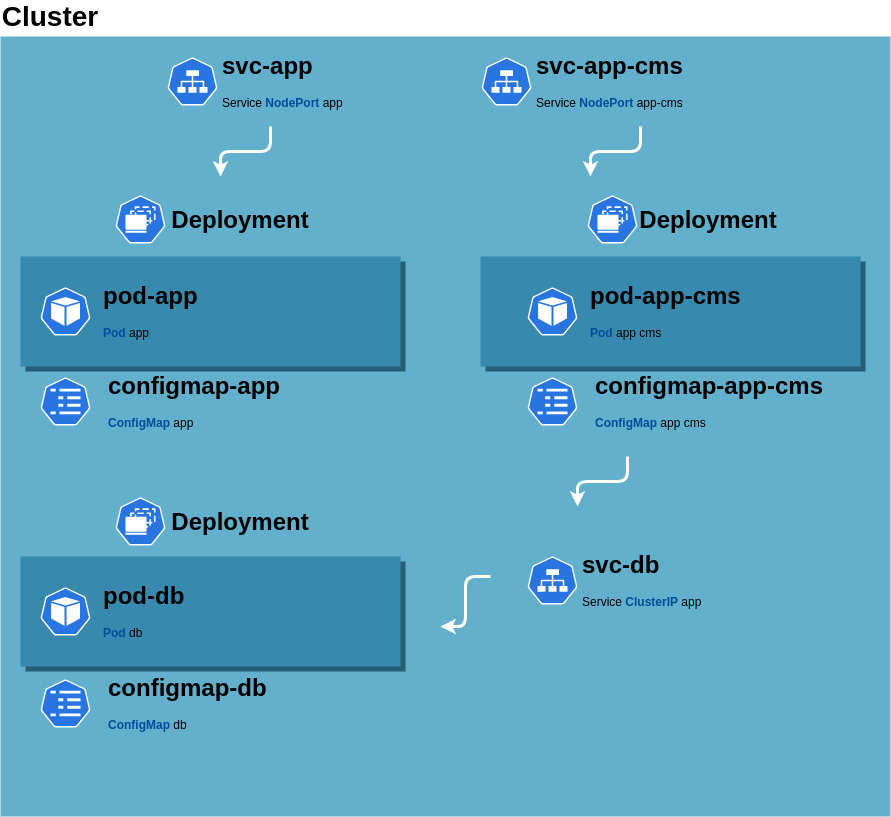
Earlier version of the draw.io export docs/assets/k8s-estrutura.png (tiagoamemiya/k8s-simple-schema). Source tidied: cells renumbered, new cells last; positions are measured from the earlier drawing's top-left corner, leaving out a move shared by most shapes. The source it was exported from:
```xml
<mxGraphModel>
  <root>
    <mxCell id="0" />
    <mxCell id="1" parent="0" />
    <mxCell id="2" style="rounded=0;whiteSpace=wrap;html=1;glass=0;sketch=0;strokeWidth=1;strokeColor=none;fillColor=#62B0CC;" parent="1" vertex="1">
      <mxGeometry y="30" width="890" height="780" as="geometry" />
    </mxCell>
    <mxCell id="3" style="group;" parent="1" vertex="1">
      <mxGeometry x="480" y="250" width="385" height="115" as="geometry" />
    </mxCell>
    <mxCell id="4" style="rounded=0;whiteSpace=wrap;html=1;glass=0;sketch=0;strokeWidth=1;fillColor=#255E75;strokeColor=none;" parent="3" vertex="1">
      <mxGeometry x="5" y="5" width="380" height="110" as="geometry" />
    </mxCell>
    <mxCell id="5" style="rounded=0;whiteSpace=wrap;html=1;glass=0;sketch=0;strokeWidth=1;fillColor=#378AAD;strokeColor=none;" parent="3" vertex="1">
      <mxGeometry width="380" height="110" as="geometry" />
    </mxCell>
    <mxCell id="6" style="group;" parent="1" vertex="1">
      <mxGeometry x="20" y="550" width="385" height="115" as="geometry" />
    </mxCell>
    <mxCell id="7" style="rounded=0;whiteSpace=wrap;html=1;glass=0;sketch=0;strokeWidth=1;fillColor=#255E75;strokeColor=none;" parent="6" vertex="1">
      <mxGeometry x="5" y="5" width="380" height="110" as="geometry" />
    </mxCell>
    <mxCell id="8" style="rounded=0;whiteSpace=wrap;html=1;glass=0;sketch=0;strokeWidth=1;fillColor=#378AAD;strokeColor=none;" parent="6" vertex="1">
      <mxGeometry width="380" height="110" as="geometry" />
    </mxCell>
    <mxCell id="9" style="group;" parent="1" vertex="1">
      <mxGeometry x="20" y="250" width="385" height="115" as="geometry" />
    </mxCell>
    <mxCell id="10" style="rounded=0;whiteSpace=wrap;html=1;glass=0;sketch=0;strokeWidth=1;fillColor=#255E75;strokeColor=none;" parent="9" vertex="1">
      <mxGeometry x="5" y="5" width="380" height="110" as="geometry" />
    </mxCell>
    <mxCell id="11" style="rounded=0;whiteSpace=wrap;html=1;glass=0;sketch=0;strokeWidth=1;fillColor=#378AAD;strokeColor=none;" parent="9" vertex="1">
      <mxGeometry width="380" height="110" as="geometry" />
    </mxCell>
    <mxCell id="12" style="html=1;dashed=0;whitespace=wrap;fillColor=#2875E2;strokeColor=#ffffff;shape=mxgraph.kubernetes.icon;prIcon=svc;rounded=1;glass=0;sketch=0;" parent="1" vertex="1">
      <mxGeometry x="167" y="51" width="50" height="48" as="geometry" />
    </mxCell>
    <mxCell id="13" value="&lt;h1&gt;svc-app&lt;/h1&gt;&lt;p&gt;Service &lt;b&gt;&lt;font color=&quot;#004c99&quot;&gt;NodePort&lt;/font&gt;&lt;/b&gt; app&lt;/p&gt;" style="text;html=1;strokeColor=none;fillColor=none;spacing=5;spacingTop=-20;whiteSpace=wrap;overflow=hidden;rounded=0;glass=0;dashed=1;sketch=0;" parent="1" vertex="1">
      <mxGeometry x="217" y="40" width="190" height="70" as="geometry" />
    </mxCell>
    <mxCell id="14" style="html=1;dashed=0;whitespace=wrap;fillColor=#2875E2;strokeColor=#ffffff;shape=mxgraph.kubernetes.icon;prIcon=svc;rounded=1;glass=0;sketch=0;" parent="1" vertex="1">
      <mxGeometry x="481" y="51" width="50" height="48" as="geometry" />
    </mxCell>
    <mxCell id="15" value="&lt;h1&gt;svc-app-cms&lt;/h1&gt;&lt;p&gt;Service &lt;b&gt;&lt;font color=&quot;#004c99&quot;&gt;NodePort&lt;/font&gt;&lt;/b&gt; app-cms&lt;/p&gt;" style="text;html=1;strokeColor=none;fillColor=none;spacing=5;spacingTop=-20;whiteSpace=wrap;overflow=hidden;rounded=0;glass=0;dashed=1;sketch=0;" parent="1" vertex="1">
      <mxGeometry x="531" y="40" width="190" height="70" as="geometry" />
    </mxCell>
    <mxCell id="16" style="html=1;dashed=0;whitespace=wrap;fillColor=#2875E2;strokeColor=#ffffff;shape=mxgraph.kubernetes.icon;prIcon=pod;rounded=1;glass=0;sketch=0;" parent="1" vertex="1">
      <mxGeometry x="40" y="281" width="50" height="48" as="geometry" />
    </mxCell>
    <mxCell id="17" value="&lt;h1&gt;pod-app&lt;/h1&gt;&lt;p&gt;&lt;b&gt;&lt;font color=&quot;#004c99&quot;&gt;Pod&lt;/font&gt;&lt;/b&gt; app&lt;/p&gt;" style="text;html=1;strokeColor=none;fillColor=none;spacing=5;spacingTop=-20;whiteSpace=wrap;overflow=hidden;rounded=0;glass=0;dashed=1;sketch=0;" parent="1" vertex="1">
      <mxGeometry x="98" y="270" width="190" height="70" as="geometry" />
    </mxCell>
    <mxCell id="18" style="html=1;dashed=0;whitespace=wrap;fillColor=#2875E2;strokeColor=#ffffff;shape=mxgraph.kubernetes.icon;prIcon=pod;rounded=1;glass=0;sketch=0;" parent="1" vertex="1">
      <mxGeometry x="527" y="281" width="50" height="48" as="geometry" />
    </mxCell>
    <mxCell id="19" value="&lt;h1&gt;pod-app-cms&lt;/h1&gt;&lt;p&gt;&lt;b&gt;&lt;font color=&quot;#004c99&quot;&gt;Pod&lt;/font&gt;&lt;/b&gt; app cms&lt;/p&gt;&lt;p&gt;&lt;br&gt;&lt;/p&gt;" style="text;html=1;strokeColor=none;fillColor=none;spacing=5;spacingTop=-20;whiteSpace=wrap;overflow=hidden;rounded=0;glass=0;dashed=1;sketch=0;" parent="1" vertex="1">
      <mxGeometry x="585" y="270" width="190" height="70" as="geometry" />
    </mxCell>
    <mxCell id="20" style="html=1;dashed=0;whitespace=wrap;fillColor=#2875E2;strokeColor=#ffffff;shape=mxgraph.kubernetes.icon;prIcon=cm;rounded=1;glass=0;sketch=0;" parent="1" vertex="1">
      <mxGeometry x="40" y="371" width="50" height="48" as="geometry" />
    </mxCell>
    <mxCell id="21" style="html=1;dashed=0;whitespace=wrap;fillColor=#2875E2;strokeColor=#ffffff;shape=mxgraph.kubernetes.icon;prIcon=svc;rounded=1;glass=0;sketch=0;" parent="1" vertex="1">
      <mxGeometry x="527" y="550" width="50" height="48" as="geometry" />
    </mxCell>
    <mxCell id="22" value="&lt;h1&gt;svc-db&lt;/h1&gt;&lt;p&gt;Service &lt;b&gt;&lt;font color=&quot;#004c99&quot;&gt;ClusterIP&lt;/font&gt;&lt;/b&gt; app&lt;/p&gt;" style="text;html=1;strokeColor=none;fillColor=none;spacing=5;spacingTop=-20;whiteSpace=wrap;overflow=hidden;rounded=0;glass=0;dashed=1;sketch=0;" parent="1" vertex="1">
      <mxGeometry x="577" y="539" width="190" height="70" as="geometry" />
    </mxCell>
    <mxCell id="23" value="&lt;h1&gt;configmap-app&lt;/h1&gt;&lt;p&gt;&lt;b&gt;&lt;font color=&quot;#004c99&quot;&gt;ConfigMap&lt;/font&gt;&lt;/b&gt;&amp;nbsp;app&lt;/p&gt;" style="text;html=1;strokeColor=none;fillColor=none;spacing=5;spacingTop=-20;whiteSpace=wrap;overflow=hidden;rounded=0;glass=0;dashed=1;sketch=0;" parent="1" vertex="1">
      <mxGeometry x="103" y="360" width="190" height="70" as="geometry" />
    </mxCell>
    <mxCell id="24" style="html=1;dashed=0;whitespace=wrap;fillColor=#2875E2;strokeColor=#ffffff;shape=mxgraph.kubernetes.icon;prIcon=cm;rounded=1;glass=0;sketch=0;" parent="1" vertex="1">
      <mxGeometry x="40" y="673" width="50" height="48" as="geometry" />
    </mxCell>
    <mxCell id="25" value="&lt;h1&gt;configmap-db&lt;/h1&gt;&lt;p&gt;&lt;b&gt;&lt;font color=&quot;#004c99&quot;&gt;ConfigMap&lt;/font&gt;&lt;/b&gt;&amp;nbsp;db&lt;/p&gt;" style="text;html=1;strokeColor=none;fillColor=none;spacing=5;spacingTop=-20;whiteSpace=wrap;overflow=hidden;rounded=0;glass=0;dashed=1;sketch=0;" parent="1" vertex="1">
      <mxGeometry x="103" y="662" width="190" height="70" as="geometry" />
    </mxCell>
    <mxCell id="26" style="html=1;dashed=0;whitespace=wrap;fillColor=#2875E2;strokeColor=#ffffff;shape=mxgraph.kubernetes.icon;prIcon=cm;rounded=1;glass=0;sketch=0;" parent="1" vertex="1">
      <mxGeometry x="527" y="371" width="50" height="48" as="geometry" />
    </mxCell>
    <mxCell id="27" value="&lt;h1&gt;configmap-app-cms&lt;/h1&gt;&lt;p&gt;&lt;b&gt;&lt;font color=&quot;#004c99&quot;&gt;ConfigMap&lt;/font&gt;&lt;/b&gt;&amp;nbsp;app cms&lt;/p&gt;" style="text;html=1;strokeColor=none;fillColor=none;spacing=5;spacingTop=-20;whiteSpace=wrap;overflow=hidden;rounded=0;glass=0;dashed=1;sketch=0;" parent="1" vertex="1">
      <mxGeometry x="590" y="360" width="257" height="70" as="geometry" />
    </mxCell>
    <mxCell id="28" style="html=1;dashed=0;whitespace=wrap;fillColor=#2875E2;strokeColor=#ffffff;shape=mxgraph.kubernetes.icon;prIcon=pod;rounded=1;glass=0;sketch=0;" parent="1" vertex="1">
      <mxGeometry x="40" y="581" width="50" height="48" as="geometry" />
    </mxCell>
    <mxCell id="29" value="&lt;h1&gt;pod-db&lt;/h1&gt;&lt;p&gt;&lt;b&gt;&lt;font color=&quot;#004c99&quot;&gt;Pod&lt;/font&gt;&lt;/b&gt; db&lt;/p&gt;" style="text;html=1;strokeColor=none;fillColor=none;spacing=5;spacingTop=-20;whiteSpace=wrap;overflow=hidden;rounded=0;glass=0;dashed=1;sketch=0;" parent="1" vertex="1">
      <mxGeometry x="98" y="570" width="190" height="70" as="geometry" />
    </mxCell>
    <mxCell id="30" value="&lt;b&gt;&lt;font style=&quot;font-size: 28px&quot;&gt;Cluster&lt;/font&gt;&lt;/b&gt;" style="text;html=1;strokeColor=none;fillColor=none;align=center;verticalAlign=middle;whiteSpace=wrap;rounded=0;glass=0;sketch=0;" parent="1" vertex="1">
      <mxGeometry x="30" width="40" height="20" as="geometry" />
    </mxCell>
    <mxCell id="31" value="Deployment" style="text;html=1;strokeColor=none;fillColor=none;align=center;verticalAlign=middle;whiteSpace=wrap;rounded=0;fontStyle=1;fontSize=24;" parent="1" vertex="1">
      <mxGeometry x="175" y="203" width="130" height="20" as="geometry" />
    </mxCell>
    <mxCell id="32" value="Deployment" style="text;html=1;strokeColor=none;fillColor=none;align=center;verticalAlign=middle;whiteSpace=wrap;rounded=0;fontStyle=1;fontSize=24;" parent="1" vertex="1">
      <mxGeometry x="643" y="203" width="130" height="20" as="geometry" />
    </mxCell>
    <mxCell id="33" style="html=1;dashed=0;whitespace=wrap;fillColor=#2875E2;strokeColor=#ffffff;shape=mxgraph.kubernetes.icon;prIcon=ds;rounded=0;fontSize=24;" parent="1" vertex="1">
      <mxGeometry x="115" y="189" width="50" height="48" as="geometry" />
    </mxCell>
    <mxCell id="34" style="html=1;dashed=0;whitespace=wrap;fillColor=#2875E2;strokeColor=#ffffff;shape=mxgraph.kubernetes.icon;prIcon=ds;rounded=0;fontSize=24;" parent="1" vertex="1">
      <mxGeometry x="587" y="189" width="50" height="48" as="geometry" />
    </mxCell>
    <mxCell id="35" value="Deployment" style="text;html=1;strokeColor=none;fillColor=none;align=center;verticalAlign=middle;whiteSpace=wrap;rounded=0;fontStyle=1;fontSize=24;" parent="1" vertex="1">
      <mxGeometry x="175" y="505" width="130" height="20" as="geometry" />
    </mxCell>
    <mxCell id="36" style="html=1;dashed=0;whitespace=wrap;fillColor=#2875E2;strokeColor=#ffffff;shape=mxgraph.kubernetes.icon;prIcon=ds;rounded=0;fontSize=24;" parent="1" vertex="1">
      <mxGeometry x="115" y="491" width="50" height="48" as="geometry" />
    </mxCell>
    <mxCell id="37" style="edgeStyle=elbowEdgeStyle;elbow=vertical;endArrow=classic;html=1;fontSize=24;strokeWidth=3;strokeColor=#FFFFFF;" parent="1" edge="1">
      <mxGeometry relative="1" as="geometry">
        <mxPoint x="270" y="120" as="sourcePoint" />
        <mxPoint x="220" y="170" as="targetPoint" />
      </mxGeometry>
    </mxCell>
    <mxCell id="38" style="edgeStyle=elbowEdgeStyle;elbow=vertical;endArrow=classic;html=1;fontSize=24;strokeWidth=3;strokeColor=#FFFFFF;" parent="1" edge="1">
      <mxGeometry relative="1" as="geometry">
        <mxPoint x="640" y="120" as="sourcePoint" />
        <mxPoint x="590" y="170" as="targetPoint" />
      </mxGeometry>
    </mxCell>
    <mxCell id="39" style="edgeStyle=elbowEdgeStyle;elbow=vertical;endArrow=classic;html=1;fontSize=24;strokeWidth=3;strokeColor=#FFFFFF;" parent="1" edge="1">
      <mxGeometry relative="1" as="geometry">
        <mxPoint x="627" y="450" as="sourcePoint" />
        <mxPoint x="577" y="500" as="targetPoint" />
      </mxGeometry>
    </mxCell>
    <mxCell id="40" style="edgeStyle=elbowEdgeStyle;elbow=horizontal;endArrow=classic;html=1;strokeColor=#FFFFFF;strokeWidth=3;fontSize=24;" parent="1" edge="1">
      <mxGeometry relative="1" as="geometry">
        <mxPoint x="490" y="570" as="sourcePoint" />
        <mxPoint x="440" y="620" as="targetPoint" />
      </mxGeometry>
    </mxCell>
  </root>
</mxGraphModel>
```
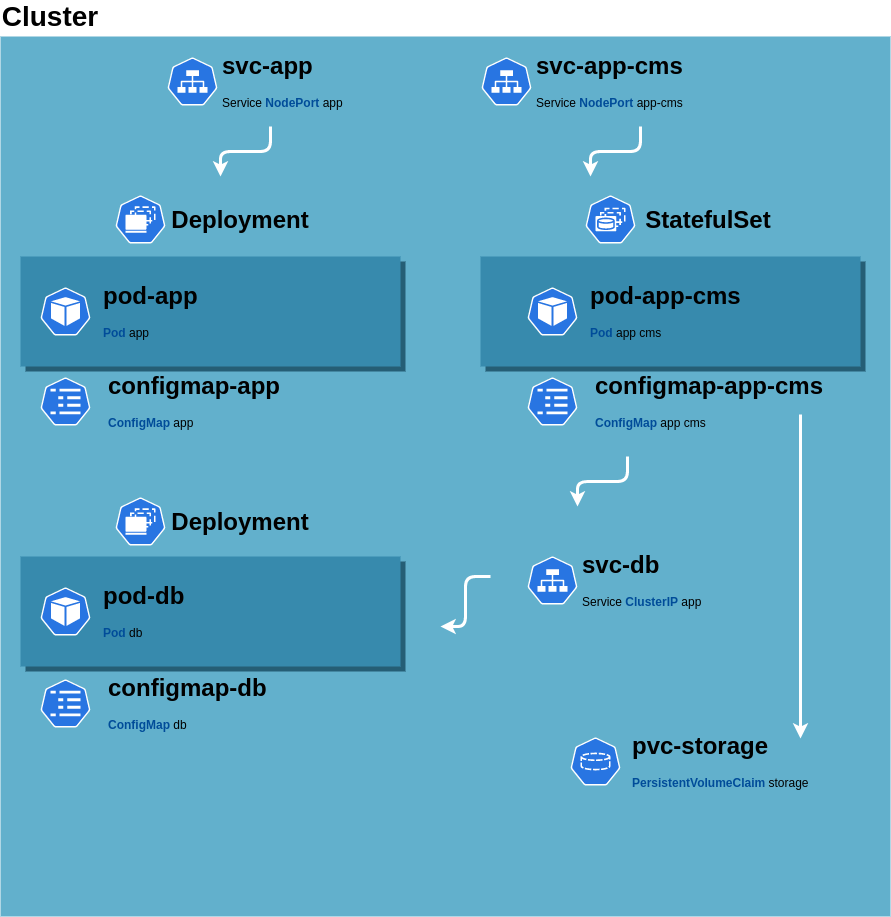
After the commit.

Change to the diagram source:
```diff
@@ -3,7 +3,7 @@
     <mxCell id="0" />
     <mxCell id="1" parent="0" />
     <mxCell id="2" style="rounded=0;whiteSpace=wrap;html=1;glass=0;sketch=0;strokeWidth=1;strokeColor=none;fillColor=#62B0CC;" parent="1" vertex="1">
-      <mxGeometry y="30" width="890" height="780" as="geometry" />
+      <mxGeometry y="30" width="890" height="880" as="geometry" />
     </mxCell>
     <mxCell id="3" style="group;" parent="1" vertex="1">
       <mxGeometry x="480" y="250" width="385" height="115" as="geometry" />
@@ -92,15 +92,12 @@
     <mxCell id="31" value="Deployment" style="text;html=1;strokeColor=none;fillColor=none;align=center;verticalAlign=middle;whiteSpace=wrap;rounded=0;fontStyle=1;fontSize=24;" parent="1" vertex="1">
       <mxGeometry x="175" y="203" width="130" height="20" as="geometry" />
     </mxCell>
-    <mxCell id="32" value="Deployment" style="text;html=1;strokeColor=none;fillColor=none;align=center;verticalAlign=middle;whiteSpace=wrap;rounded=0;fontStyle=1;fontSize=24;" parent="1" vertex="1">
+    <mxCell id="32" value="StatefulSet" style="text;html=1;strokeColor=none;fillColor=none;align=center;verticalAlign=middle;whiteSpace=wrap;rounded=0;fontStyle=1;fontSize=24;" parent="1" vertex="1">
       <mxGeometry x="643" y="203" width="130" height="20" as="geometry" />
     </mxCell>
     <mxCell id="33" style="html=1;dashed=0;whitespace=wrap;fillColor=#2875E2;strokeColor=#ffffff;shape=mxgraph.kubernetes.icon;prIcon=ds;rounded=0;fontSize=24;" parent="1" vertex="1">
       <mxGeometry x="115" y="189" width="50" height="48" as="geometry" />
     </mxCell>
-    <mxCell id="34" style="html=1;dashed=0;whitespace=wrap;fillColor=#2875E2;strokeColor=#ffffff;shape=mxgraph.kubernetes.icon;prIcon=ds;rounded=0;fontSize=24;" parent="1" vertex="1">
-      <mxGeometry x="587" y="189" width="50" height="48" as="geometry" />
-    </mxCell>
     <mxCell id="35" value="Deployment" style="text;html=1;strokeColor=none;fillColor=none;align=center;verticalAlign=middle;whiteSpace=wrap;rounded=0;fontStyle=1;fontSize=24;" parent="1" vertex="1">
       <mxGeometry x="175" y="505" width="130" height="20" as="geometry" />
     </mxCell>
@@ -131,5 +128,20 @@
         <mxPoint x="440" y="620" as="targetPoint" />
       </mxGeometry>
     </mxCell>
+    <mxCell id="41" style="html=1;dashed=0;whitespace=wrap;fillColor=#2875E2;strokeColor=#ffffff;shape=mxgraph.kubernetes.icon;prIcon=pvc;" parent="1" vertex="1">
+      <mxGeometry x="570" y="731" width="50" height="48" as="geometry" />
+    </mxCell>
+    <mxCell id="42" style="html=1;dashed=0;whitespace=wrap;fillColor=#2875E2;strokeColor=#ffffff;shape=mxgraph.kubernetes.icon;prIcon=sts;" parent="1" vertex="1">
+      <mxGeometry x="585" y="189" width="50" height="48" as="geometry" />
+    </mxCell>
+    <mxCell id="43" value="&lt;h1&gt;pvc-storage&lt;/h1&gt;&lt;p&gt;&lt;b&gt;&lt;font color=&quot;#004c99&quot;&gt;PersistentVolumeClaim&lt;/font&gt;&lt;/b&gt; storage&lt;/p&gt;&lt;p&gt;&lt;br&gt;&lt;/p&gt;" style="text;html=1;strokeColor=none;fillColor=none;spacing=5;spacingTop=-20;whiteSpace=wrap;overflow=hidden;rounded=0;glass=0;dashed=1;sketch=0;" parent="1" vertex="1">
+      <mxGeometry x="627" y="720" width="190" height="70" as="geometry" />
+    </mxCell>
+    <mxCell id="44" style="endArrow=classic;html=1;strokeWidth=3;strokeColor=#FFFFFF;" parent="1" edge="1">
+      <mxGeometry relative="1" as="geometry">
+        <mxPoint x="800" y="408" as="sourcePoint" />
+        <mxPoint x="800" y="732" as="targetPoint" />
+      </mxGeometry>
+    </mxCell>
   </root>
 </mxGraphModel>
```
